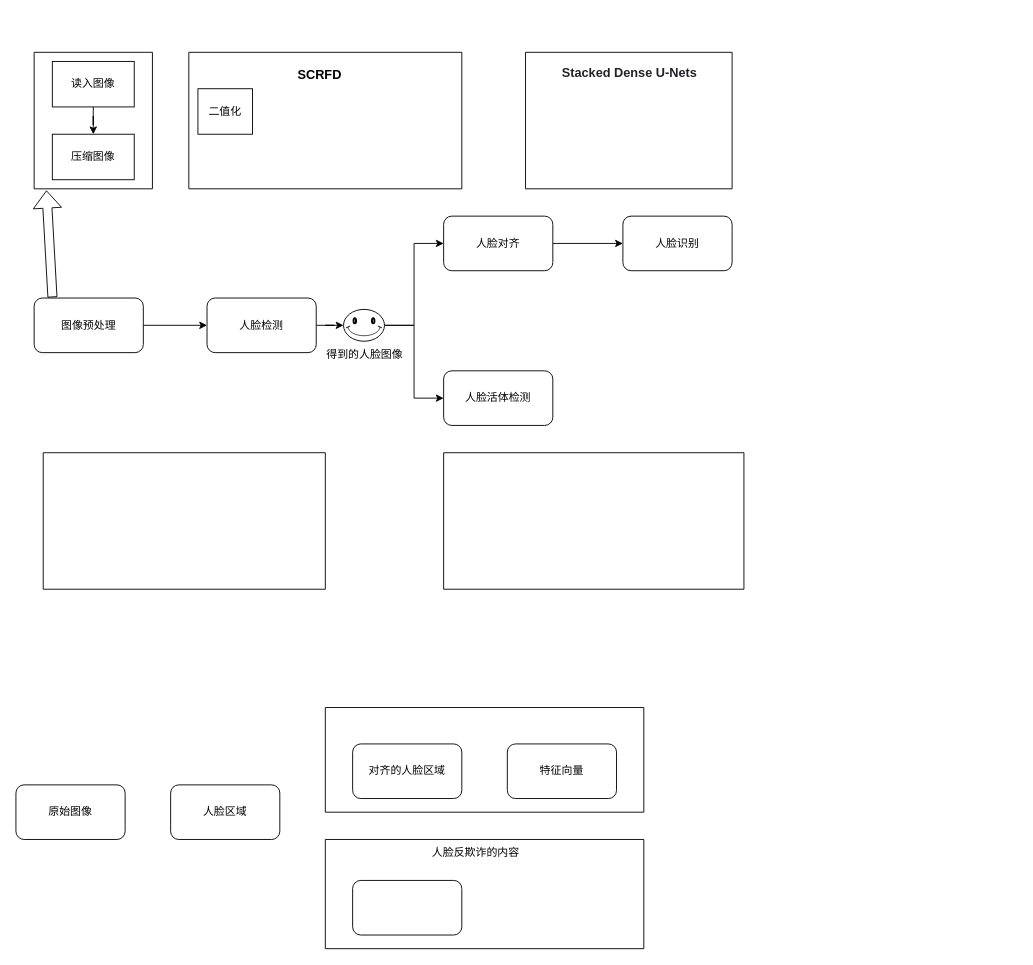
This is demo_img/Untitled Diagram.drawio from Hwq1215/face_recognition_web, a draw.io file, before an edit. Source tidied: cells renumbered, new cells numbered last; positions are measured from the earlier drawing's top-left corner, leaving out a move shared by most shapes. Both pictures are drawn from the tidied source at 91%, with x=0, y=0 at pixel (15, 52).
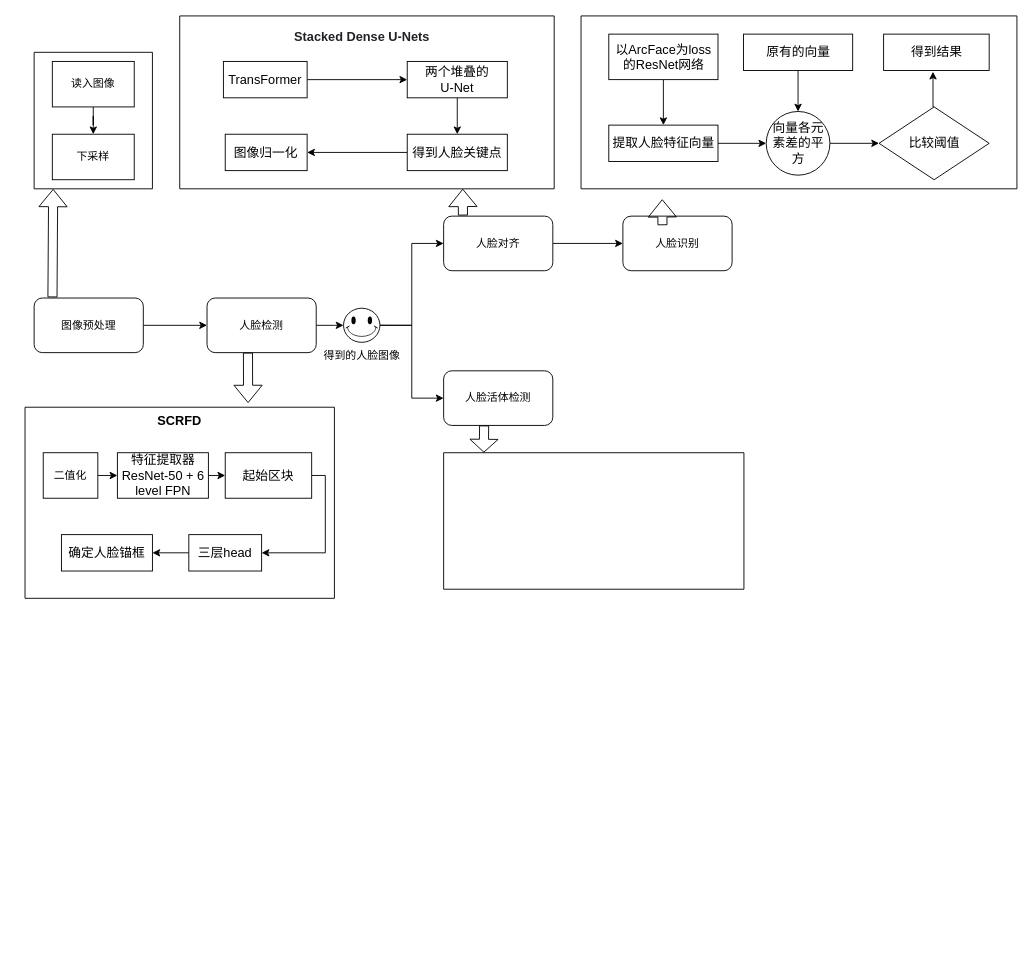
The same diagram, later.

Unchanged cells that the change refers to:
```xml
<mxCell id="3" value="图像预处理" style="rounded=1;whiteSpace=wrap;html=1;" parent="1" vertex="1">
  <mxGeometry x="20" y="270" width="120" height="60" as="geometry" />
</mxCell>
<mxCell id="7" value="人脸对齐" style="rounded=1;whiteSpace=wrap;html=1;" parent="1" vertex="1">
  <mxGeometry x="470" y="180" width="120" height="60" as="geometry" />
</mxCell>
<mxCell id="21" style="swimlane;startSize=0;&#10;dotted;" parent="1" vertex="1">
  <mxGeometry x="20" width="130" height="150" as="geometry" />
</mxCell>
<mxCell id="32" style="swimlane;startSize=0;" parent="1" vertex="1">
  <mxGeometry x="470" y="440" width="330" height="150" as="geometry" />
</mxCell>
```

The edit, as a diff of the source:
```diff
@@
-    <mxCell id="10" value="原始图像" style="rounded=1;whiteSpace=wrap;html=1;" parent="1" vertex="1">
-      <mxGeometry y="805" width="120" height="60" as="geometry" />
-    </mxCell>
-    <mxCell id="11" value="人脸区域" style="rounded=1;whiteSpace=wrap;html=1;" parent="1" vertex="1">
-      <mxGeometry x="170" y="805" width="120" height="60" as="geometry" />
-    </mxCell>
-    <mxCell id="12" style="swimlane;startSize=0;" parent="1" vertex="1">
-      <mxGeometry x="340" y="720" width="350" height="115" as="geometry" />
-    </mxCell>
-    <mxCell id="13" value="特征向量" style="rounded=1;whiteSpace=wrap;html=1;" parent="12" vertex="1">
-      <mxGeometry x="200" y="40" width="120" height="60" as="geometry" />
-    </mxCell>
-    <mxCell id="14" value="对齐的人脸区域" style="rounded=1;whiteSpace=wrap;html=1;" parent="12" vertex="1">
-      <mxGeometry x="30" y="40" width="120" height="60" as="geometry" />
-    </mxCell>
-    <mxCell id="15" style="swimlane;startSize=0;" parent="1" vertex="1">
-      <mxGeometry x="340" y="865" width="350" height="120" as="geometry" />
-    </mxCell>
-    <mxCell id="16" style="rounded=1;whiteSpace=wrap;html=1;" parent="15" vertex="1">
-      <mxGeometry x="30" y="45" width="120" height="60" as="geometry" />
-    </mxCell>
-    <mxCell id="17" value="人脸反欺诈的内容" style="text;html=1;align=center;verticalAlign=middle;strokeColor=none;fillColor=none;" parent="15" vertex="1">
-      <mxGeometry x="105" width="120" height="30" as="geometry" />
-    </mxCell>
@@
     <mxCell id="20" value="得到的人脸图像" style="verticalLabelPosition=bottom;verticalAlign=top;html=1;shape=mxgraph.basic.smiley;" parent="1" vertex="1">
-      <mxGeometry x="360" y="282.5" width="45" height="35" as="geometry" />
+      <mxGeometry x="360" y="281.2" width="40" height="37.5" as="geometry" />
     </mxCell>
@@
-    <mxCell id="24" value="压缩图像" style="rounded=0;whiteSpace=wrap;html=1;" parent="21" vertex="1">
+    <mxCell id="24" value="下采样" style="rounded=0;whiteSpace=wrap;html=1;" parent="21" vertex="1">
       <mxGeometry x="20" y="90" width="90" height="50" as="geometry" />
     </mxCell>
     <mxCell id="25" style="swimlane;startSize=0;" parent="1" vertex="1">
-      <mxGeometry x="30" y="440" width="310" height="150" as="geometry" />
+      <mxGeometry x="180" y="-40" width="411.5" height="190" as="geometry" />
     </mxCell>
+    <mxCell id="31" value="&lt;h1 style=&quot;box-sizing: border-box; outline: 0px; margin: 0px; padding: 0px; font-family: &amp;quot;PingFang SC&amp;quot;, &amp;quot;Microsoft YaHei&amp;quot;, SimHei, Arial, SimSun; overflow-wrap: break-word; color: rgb(34, 34, 38); word-break: break-all; font-variant-ligatures: common-ligatures; text-align: start; background-color: rgb(255, 255, 255);&quot; id=&quot;articleContentId&quot; class=&quot;title-article&quot;&gt;&lt;font style=&quot;font-size: 14px;&quot;&gt;Stacked Dense U-Nets&lt;/font&gt;&lt;/h1&gt;" style="text;html=1;align=center;verticalAlign=middle;strokeColor=none;fillColor=none;" parent="25" vertex="1">
+      <mxGeometry x="110" width="180" height="40" as="geometry" />
+    </mxCell>
+    <mxCell id="34" style="edgeStyle=orthogonalEdgeStyle;rounded=0;jettySize=auto;html=1;exitX=1;exitY=0.5;exitDx=0;exitDy=0;entryX=0;entryY=0.5;entryDx=0;entryDy=0;fontSize=14;" parent="25" edge="1" source="35" target="37">
+      <mxGeometry relative="1" as="geometry" />
+    </mxCell>
+    <mxCell id="35" value="TransFormer" style="rounded=0;whiteSpace=wrap;html=1;fontSize=14;" parent="25" vertex="1">
+      <mxGeometry x="48" y="50" width="92" height="40" as="geometry" />
+    </mxCell>
+    <mxCell id="36" style="edgeStyle=orthogonalEdgeStyle;rounded=0;jettySize=auto;html=1;exitX=0.5;exitY=1;exitDx=0;exitDy=0;fontSize=14;" parent="25" edge="1" source="37" target="39">
+      <mxGeometry relative="1" as="geometry" />
+    </mxCell>
+    <mxCell id="37" value="两个堆叠的&lt;br&gt;U-Net" style="rounded=0;whiteSpace=wrap;html=1;fontSize=14;" parent="25" vertex="1">
+      <mxGeometry x="250" y="50" width="110" height="40" as="geometry" />
+    </mxCell>
+    <mxCell id="38" style="edgeStyle=orthogonalEdgeStyle;rounded=0;jettySize=auto;html=1;exitX=0;exitY=0.5;exitDx=0;exitDy=0;entryX=1;entryY=0.5;entryDx=0;entryDy=0;fontSize=14;" parent="25" edge="1" source="39" target="40">
+      <mxGeometry relative="1" as="geometry" />
+    </mxCell>
+    <mxCell id="39" value="得到人脸关键点" style="rounded=0;whiteSpace=wrap;html=1;fontSize=14;" parent="25" vertex="1">
+      <mxGeometry x="250" y="130" width="110" height="40" as="geometry" />
+    </mxCell>
+    <mxCell id="40" value="图像归一化" style="rounded=0;whiteSpace=wrap;html=1;fontSize=14;" parent="25" vertex="1">
+      <mxGeometry x="50" y="130" width="90" height="40" as="geometry" />
+    </mxCell>
     <mxCell id="26" style="swimlane;startSize=0;" parent="1" vertex="1">
-      <mxGeometry x="190" width="300" height="150" as="geometry" />
+      <mxGeometry x="10" y="390" width="340" height="210" as="geometry" />
     </mxCell>
+    <mxCell id="41" style="edgeStyle=orthogonalEdgeStyle;rounded=0;jettySize=auto;html=1;exitX=1;exitY=0.5;exitDx=0;exitDy=0;entryX=0;entryY=0.5;entryDx=0;entryDy=0;fontSize=14;" parent="26" edge="1" source="27" target="43">
+      <mxGeometry relative="1" as="geometry" />
+    </mxCell>
     <mxCell id="27" value="二值化" style="rounded=0;whiteSpace=wrap;html=1;" parent="26" vertex="1">
-      <mxGeometry x="10" y="40" width="60" height="50" as="geometry" />
+      <mxGeometry x="20" y="50" width="60" height="50" as="geometry" />
     </mxCell>
     <mxCell id="28" value="&lt;b&gt;SCRFD&lt;/b&gt;" style="text;html=1;strokeColor=none;fillColor=none;align=center;verticalAlign=middle;whiteSpace=wrap;rounded=0;fontSize=14;" parent="26" vertex="1">
-      <mxGeometry x="114" y="10" width="60" height="30" as="geometry" />
+      <mxGeometry x="140" width="60" height="30" as="geometry" />
     </mxCell>
@@
+    <mxCell id="42" style="edgeStyle=orthogonalEdgeStyle;rounded=0;jettySize=auto;html=1;exitX=1;exitY=0.5;exitDx=0;exitDy=0;entryX=0;entryY=0.5;entryDx=0;entryDy=0;fontSize=14;" parent="26" edge="1" source="43" target="45">
+      <mxGeometry relative="1" as="geometry" />
+    </mxCell>
+    <mxCell id="43" value="特征提取器&lt;br&gt;ResNet-50 + 6 level FPN" style="rounded=0;whiteSpace=wrap;html=1;fontSize=14;" parent="26" vertex="1">
+      <mxGeometry x="101.5" y="50" width="100" height="50" as="geometry" />
+    </mxCell>
+    <mxCell id="44" style="edgeStyle=orthogonalEdgeStyle;rounded=0;jettySize=auto;html=1;exitX=1;exitY=0.5;exitDx=0;exitDy=0;entryX=1;entryY=0.5;entryDx=0;entryDy=0;fontSize=14;" parent="26" edge="1" source="45" target="47">
+      <mxGeometry relative="1" as="geometry">
+        <Array as="points">
+          <mxPoint x="330" y="75" />
+          <mxPoint x="330" y="160" />
+        </Array>
+      </mxGeometry>
+    </mxCell>
+    <mxCell id="45" value="起始区块" style="rounded=0;whiteSpace=wrap;html=1;fontSize=14;" parent="26" vertex="1">
+      <mxGeometry x="220" y="50" width="95" height="50" as="geometry" />
+    </mxCell>
+    <mxCell id="46" style="edgeStyle=orthogonalEdgeStyle;rounded=0;jettySize=auto;html=1;exitX=0;exitY=0.5;exitDx=0;exitDy=0;fontSize=14;" parent="26" edge="1" source="47" target="48">
+      <mxGeometry relative="1" as="geometry" />
+    </mxCell>
+    <mxCell id="47" value="三层head" style="rounded=0;whiteSpace=wrap;html=1;fontSize=14;" parent="26" vertex="1">
+      <mxGeometry x="180" y="140" width="80" height="40" as="geometry" />
+    </mxCell>
+    <mxCell id="48" value="确定人脸锚框" style="rounded=0;whiteSpace=wrap;html=1;fontSize=14;" parent="26" vertex="1">
+      <mxGeometry x="40" y="140" width="100" height="40" as="geometry" />
+    </mxCell>
     <mxCell id="30" style="swimlane;startSize=0;" parent="1" vertex="1">
-      <mxGeometry x="560" width="227" height="150" as="geometry" />
+      <mxGeometry x="621" y="-40" width="479" height="190" as="geometry" />
     </mxCell>
-    <mxCell id="31" value="&lt;h1 style=&quot;box-sizing: border-box; outline: 0px; margin: 0px; padding: 0px; font-family: &amp;quot;PingFang SC&amp;quot;, &amp;quot;Microsoft YaHei&amp;quot;, SimHei, Arial, SimSun; overflow-wrap: break-word; color: rgb(34, 34, 38); word-break: break-all; font-variant-ligatures: common-ligatures; text-align: start; background-color: rgb(255, 255, 255);&quot; id=&quot;articleContentId&quot; class=&quot;title-article&quot;&gt;&lt;font style=&quot;font-size: 14px;&quot;&gt;Stacked Dense U-Nets&lt;/font&gt;&lt;/h1&gt;" style="text;html=1;align=center;verticalAlign=middle;strokeColor=none;fillColor=none;" parent="30" vertex="1">
-      <mxGeometry x="23.5" width="180" height="40" as="geometry" />
-    </mxCell>
+    <mxCell id="49" style="edgeStyle=orthogonalEdgeStyle;rounded=0;jettySize=auto;html=1;exitX=1;exitY=0.5;exitDx=0;exitDy=0;fontSize=14;" parent="30" edge="1" source="50" target="56">
+      <mxGeometry relative="1" as="geometry" />
+    </mxCell>
+    <mxCell id="50" value="提取人脸特征向量" style="rounded=0;whiteSpace=wrap;html=1;fontSize=14;" parent="30" vertex="1">
+      <mxGeometry x="30.5" y="120" width="120" height="40" as="geometry" />
+    </mxCell>
+    <mxCell id="51" style="edgeStyle=orthogonalEdgeStyle;rounded=0;jettySize=auto;html=1;exitX=0.5;exitY=1;exitDx=0;exitDy=0;fontSize=14;" parent="30" edge="1" source="52" target="56">
+      <mxGeometry relative="1" as="geometry" />
+    </mxCell>
+    <mxCell id="52" value="原有的向量" style="rounded=0;whiteSpace=wrap;html=1;fontSize=14;" parent="30" vertex="1">
+      <mxGeometry x="178.5" y="20" width="120" height="40" as="geometry" />
+    </mxCell>
+    <mxCell id="53" style="edgeStyle=orthogonalEdgeStyle;rounded=0;jettySize=auto;html=1;entryX=0.5;entryY=0;entryDx=0;entryDy=0;fontSize=14;" parent="30" edge="1" source="54" target="50">
+      <mxGeometry relative="1" as="geometry" />
+    </mxCell>
+    <mxCell id="54" value="以ArcFace为loss的ResNet网络" style="rounded=0;whiteSpace=wrap;html=1;fontSize=14;" parent="30" vertex="1">
+      <mxGeometry x="30.5" y="20" width="120" height="50" as="geometry" />
+    </mxCell>
+    <mxCell id="55" style="edgeStyle=orthogonalEdgeStyle;rounded=0;jettySize=auto;html=1;fontSize=14;" parent="30" edge="1" source="56" target="58">
+      <mxGeometry relative="1" as="geometry" />
+    </mxCell>
+    <mxCell id="56" value="向量各元素差的平方" style="ellipse;whiteSpace=wrap;html=1;fontSize=14;" parent="30" vertex="1">
+      <mxGeometry x="203.5" y="105" width="70" height="70" as="geometry" />
+    </mxCell>
+    <mxCell id="57" style="edgeStyle=orthogonalEdgeStyle;rounded=0;jettySize=auto;html=1;exitX=0.5;exitY=0;exitDx=0;exitDy=0;entryX=0.468;entryY=1.033;entryDx=0;entryDy=0;entryPerimeter=0;fontSize=14;" parent="30" edge="1" source="58" target="59">
+      <mxGeometry relative="1" as="geometry" />
+    </mxCell>
+    <mxCell id="58" value="比较阈值" style="rhombus;whiteSpace=wrap;html=1;fontSize=14;" parent="30" vertex="1">
+      <mxGeometry x="327.5" y="100" width="121" height="80" as="geometry" />
+    </mxCell>
+    <mxCell id="59" value="得到结果" style="whiteSpace=wrap;html=1;fontSize=14;" parent="30" vertex="1">
+      <mxGeometry x="332.5" y="20" width="116" height="40" as="geometry" />
+    </mxCell>
@@
-    <mxCell id="33" style="shape=flexArrow;endArrow=classic;html=1;rounded=0;exitX=0.168;exitY=-0.012;exitDx=0;exitDy=0;exitPerimeter=0;entryX=0.104;entryY=1.011;entryDx=0;entryDy=0;entryPerimeter=0;" parent="1" edge="1" source="3" target="21">
+    <mxCell id="33" style="shape=flexArrow;endArrow=classic;html=1;rounded=0;exitX=0.168;exitY=-0.012;exitDx=0;exitDy=0;exitPerimeter=0;entryX=0.161;entryY=1.001;entryDx=0;entryDy=0;entryPerimeter=0;" parent="1" edge="1" source="3" target="21">
       <mxGeometry relative="1" as="geometry" />
     </mxCell>
+    <mxCell id="60" style="shape=flexArrow;endArrow=classic;html=1;rounded=0;entryX=0.721;entryY=-0.022;entryDx=0;entryDy=0;entryPerimeter=0;" parent="1" edge="1" target="26">
+      <mxGeometry relative="1" as="geometry">
+        <mxPoint x="255" y="330" as="sourcePoint" />
+      </mxGeometry>
+    </mxCell>
+    <mxCell id="61" style="shape=flexArrow;endArrow=classic;html=1;rounded=0;exitX=0.177;exitY=-0.011;exitDx=0;exitDy=0;exitPerimeter=0;entryX=0.161;entryY=1.001;entryDx=0;entryDy=0;entryPerimeter=0;" parent="1" edge="1" source="7">
+      <mxGeometry relative="1" as="geometry">
+        <mxPoint x="491" y="150" as="targetPoint" />
+      </mxGeometry>
+    </mxCell>
+    <mxCell id="62" style="shape=flexArrow;endArrow=classic;html=1;rounded=0;exitX=0.25;exitY=0;exitDx=0;exitDy=0;entryX=0.158;entryY=1.008;entryDx=0;entryDy=0;entryPerimeter=0;" parent="1" edge="1">
+      <mxGeometry relative="1" as="geometry">
+        <mxPoint x="710.5" y="190" as="sourcePoint" />
+        <mxPoint x="710.2" y="161.5" as="targetPoint" />
+      </mxGeometry>
+    </mxCell>
+    <mxCell id="63" style="shape=flexArrow;endArrow=classic;html=1;rounded=0;entryX=0.134;entryY=-0.001;entryDx=0;entryDy=0;entryPerimeter=0;endWidth=20;endSize=4.37;" parent="1" edge="1" target="32">
+      <mxGeometry relative="1" as="geometry">
+        <mxPoint x="514.5" y="410" as="sourcePoint" />
+      </mxGeometry>
+    </mxCell>
```
